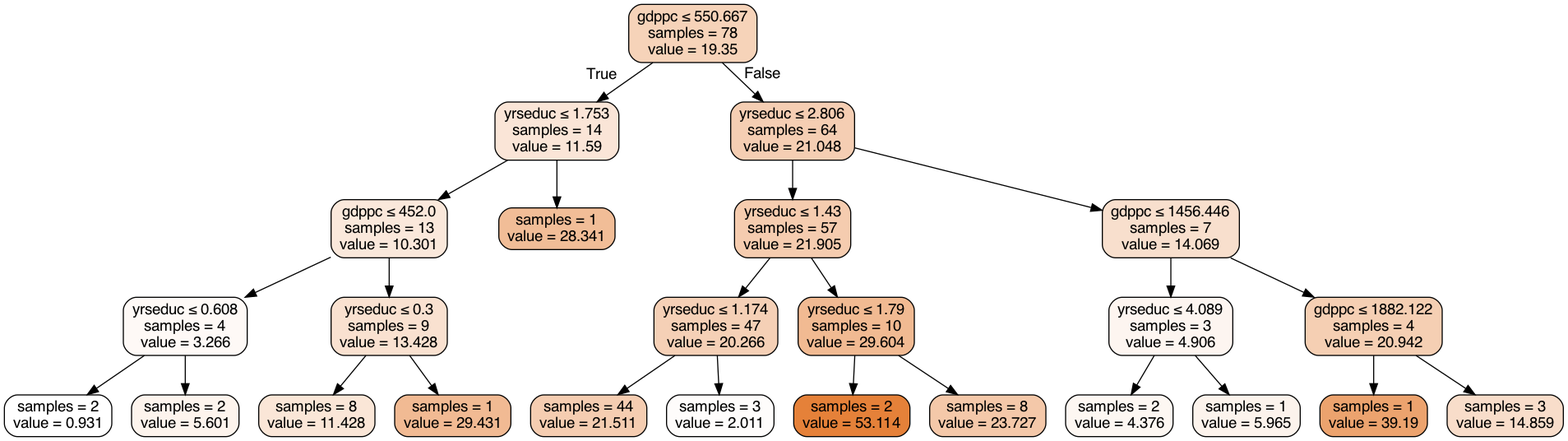
Above: tree2.gv.png in briellebush3/cse163project (Graphviz), before the change. Its source is kept beside it as tree2.gv.
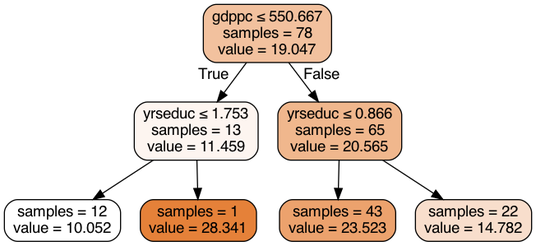
The same diagram one commit later.

What changed in the source:
```diff
@@ -1,53 +1,17 @@
 digraph Tree {
 node [shape=box, style="filled, rounded", color="black", fontname="helvetica"] ;
 edge [fontname="helvetica"] ;
-0 [label=<gdppc &le; 550.667<br/>samples = 78<br/>value = 19.35>, fillcolor="#f6d3b9"] ;
-1 [label=<yrseduc &le; 1.753<br/>samples = 14<br/>value = 11.59>, fillcolor="#fae5d7"] ;
+0 [label=<gdppc &le; 550.667<br/>samples = 78<br/>value = 19.047>, fillcolor="#f2c19e"] ;
+1 [label=<yrseduc &le; 1.753<br/>samples = 13<br/>value = 11.459>, fillcolor="#fdf5f0"] ;
 0 -> 1 [labeldistance=2.5, labelangle=45, headlabel="True"] ;
-2 [label=<gdppc &le; 452.0<br/>samples = 13<br/>value = 10.301>, fillcolor="#fae8db"] ;
+2 [label=<samples = 12<br/>value = 10.052>, fillcolor="#ffffff"] ;
 1 -> 2 ;
-3 [label=<yrseduc &le; 0.608<br/>samples = 4<br/>value = 3.266>, fillcolor="#fef9f6"] ;
-2 -> 3 ;
-4 [label=<samples = 2<br/>value = 0.931>, fillcolor="#ffffff"] ;
-3 -> 4 ;
-5 [label=<samples = 2<br/>value = 5.601>, fillcolor="#fdf4ed"] ;
-3 -> 5 ;
-6 [label=<yrseduc &le; 0.3<br/>samples = 9<br/>value = 13.428>, fillcolor="#f9e1d0"] ;
-2 -> 6 ;
-7 [label=<samples = 8<br/>value = 11.428>, fillcolor="#fae6d7"] ;
-6 -> 7 ;
-8 [label=<samples = 1<br/>value = 29.431>, fillcolor="#f1ba93"] ;
-6 -> 8 ;
-9 [label=<samples = 1<br/>value = 28.341>, fillcolor="#f1bd97"] ;
-1 -> 9 ;
-10 [label=<yrseduc &le; 2.806<br/>samples = 64<br/>value = 21.048>, fillcolor="#f5ceb3"] ;
-0 -> 10 [labeldistance=2.5, labelangle=-45, headlabel="False"] ;
-11 [label=<yrseduc &le; 1.43<br/>samples = 57<br/>value = 21.905>, fillcolor="#f5ccaf"] ;
-10 -> 11 ;
-12 [label=<yrseduc &le; 1.174<br/>samples = 47<br/>value = 20.266>, fillcolor="#f5d0b6"] ;
-11 -> 12 ;
-13 [label=<samples = 44<br/>value = 21.511>, fillcolor="#f5cdb1"] ;
-12 -> 13 ;
-14 [label=<samples = 3<br/>value = 2.011>, fillcolor="#fefcfb"] ;
-12 -> 14 ;
-15 [label=<yrseduc &le; 1.79<br/>samples = 10<br/>value = 29.604>, fillcolor="#f1ba92"] ;
-11 -> 15 ;
-16 [label=<samples = 2<br/>value = 53.114>, fillcolor="#e58139"] ;
-15 -> 16 ;
-17 [label=<samples = 8<br/>value = 23.727>, fillcolor="#f4c8a9"] ;
-15 -> 17 ;
-18 [label=<gdppc &le; 1456.446<br/>samples = 7<br/>value = 14.069>, fillcolor="#f8dfcd"] ;
-10 -> 18 ;
-19 [label=<yrseduc &le; 4.089<br/>samples = 3<br/>value = 4.906>, fillcolor="#fdf5f0"] ;
-18 -> 19 ;
-20 [label=<samples = 2<br/>value = 4.376>, fillcolor="#fdf7f2"] ;
-19 -> 20 ;
-21 [label=<samples = 1<br/>value = 5.965>, fillcolor="#fcf3ec"] ;
-19 -> 21 ;
-22 [label=<gdppc &le; 1882.122<br/>samples = 4<br/>value = 20.942>, fillcolor="#f5cfb3"] ;
-18 -> 22 ;
-23 [label=<samples = 1<br/>value = 39.19>, fillcolor="#eca36e"] ;
-22 -> 23 ;
-24 [label=<samples = 3<br/>value = 14.859>, fillcolor="#f8ddca"] ;
-22 -> 24 ;
+3 [label=<samples = 1<br/>value = 28.341>, fillcolor="#e58139"] ;
+1 -> 3 ;
+4 [label=<yrseduc &le; 0.866<br/>samples = 65<br/>value = 20.565>, fillcolor="#f0b78d"] ;
+0 -> 4 [labeldistance=2.5, labelangle=-45, headlabel="False"] ;
+5 [label=<samples = 43<br/>value = 23.523>, fillcolor="#eca26d"] ;
+4 -> 5 ;
+6 [label=<samples = 22<br/>value = 14.782>, fillcolor="#f8decc"] ;
+4 -> 6 ;
 }
```
